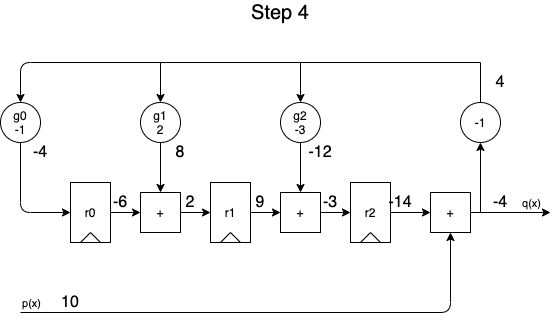
tomverbeure/tomverbeure.github.io keeps this draw.io diagram as assets/reed_solomon/reed_solomon-divider_diagram_step4.png. Above is the earlier version. Source tidied: cells renumbered, new cells last; positions are measured from the earlier drawing's top-left corner, leaving out a move shared by most shapes. The source it was exported from:
```xml
<mxGraphModel>
  <root>
    <mxCell id="0" />
    <mxCell id="1" parent="0" />
    <mxCell id="2" style="group;" parent="1" vertex="1">
      <mxGeometry x="210" y="180" width="40" height="60" as="geometry" />
    </mxCell>
    <mxCell id="3" value="r1" style="rounded=0;whiteSpace=wrap;html=1;fillColor=none;" parent="2" vertex="1">
      <mxGeometry width="40" height="60" as="geometry" />
    </mxCell>
    <mxCell id="4" style="endArrow=none;html=1;" parent="2" edge="1">
      <mxGeometry relative="1" as="geometry">
        <mxPoint x="10" y="60" as="sourcePoint" />
        <mxPoint x="20" y="50" as="targetPoint" />
      </mxGeometry>
    </mxCell>
    <mxCell id="5" style="endArrow=none;html=1;exitX=0.75;exitY=1;exitDx=0;exitDy=0;" parent="2" edge="1" source="3">
      <mxGeometry relative="1" as="geometry">
        <mxPoint x="20" y="50" as="targetPoint" />
      </mxGeometry>
    </mxCell>
    <mxCell id="6" style="group;" parent="1" vertex="1">
      <mxGeometry x="350" y="180" width="40" height="60" as="geometry" />
    </mxCell>
    <mxCell id="7" value="r2" style="rounded=0;whiteSpace=wrap;html=1;fillColor=none;" parent="6" vertex="1">
      <mxGeometry width="40" height="60" as="geometry" />
    </mxCell>
    <mxCell id="8" style="endArrow=none;html=1;" parent="6" edge="1">
      <mxGeometry relative="1" as="geometry">
        <mxPoint x="10" y="60" as="sourcePoint" />
        <mxPoint x="20" y="50" as="targetPoint" />
      </mxGeometry>
    </mxCell>
    <mxCell id="9" style="endArrow=none;html=1;exitX=0.75;exitY=1;exitDx=0;exitDy=0;" parent="6" edge="1" source="7">
      <mxGeometry relative="1" as="geometry">
        <mxPoint x="20" y="50" as="targetPoint" />
      </mxGeometry>
    </mxCell>
    <mxCell id="10" style="edgeStyle=orthogonalEdgeStyle;rounded=0;jettySize=auto;html=1;" parent="1" edge="1" source="11" target="18">
      <mxGeometry relative="1" as="geometry" />
    </mxCell>
    <mxCell id="11" value="g2&lt;br&gt;-3" style="ellipse;whiteSpace=wrap;html=1;fillColor=none;" parent="1" vertex="1">
      <mxGeometry x="280" y="100" width="40" height="40" as="geometry" />
    </mxCell>
    <mxCell id="12" value="+" style="whiteSpace=wrap;html=1;fillColor=none;" parent="1" vertex="1">
      <mxGeometry x="430" y="190" width="40" height="40" as="geometry" />
    </mxCell>
    <mxCell id="13" style="endArrow=classic;html=1;entryX=0.5;entryY=1;entryDx=0;entryDy=0;" parent="1" edge="1" target="12">
      <mxGeometry relative="1" as="geometry">
        <mxPoint x="20" y="310" as="sourcePoint" />
        <Array as="points">
          <mxPoint x="450" y="310" />
        </Array>
      </mxGeometry>
    </mxCell>
    <mxCell id="14" value="p(x)" style="edgeLabel;html=1;align=center;verticalAlign=middle;" parent="13" vertex="1">
      <mxGeometry x="-0.73" y="-1" relative="1" as="geometry">
        <mxPoint x="-58" y="-11" as="offset" />
      </mxGeometry>
    </mxCell>
    <mxCell id="15" style="edgeStyle=orthogonalEdgeStyle;rounded=0;jettySize=auto;html=1;" parent="1" edge="1" source="7" target="12">
      <mxGeometry relative="1" as="geometry" />
    </mxCell>
    <mxCell id="16" style="endArrow=classic;html=1;exitX=1;exitY=0.5;exitDx=0;exitDy=0;" parent="1" edge="1" source="12">
      <mxGeometry relative="1" as="geometry">
        <mxPoint x="550" y="210" as="targetPoint" />
      </mxGeometry>
    </mxCell>
    <mxCell id="17" value="q(x)" style="edgeLabel;html=1;align=center;verticalAlign=middle;" parent="16" vertex="1">
      <mxGeometry x="-0.06" relative="1" as="geometry">
        <mxPoint x="22.3" y="-10" as="offset" />
      </mxGeometry>
    </mxCell>
    <mxCell id="18" value="+" style="whiteSpace=wrap;html=1;fillColor=none;" parent="1" vertex="1">
      <mxGeometry x="280" y="190" width="40" height="40" as="geometry" />
    </mxCell>
    <mxCell id="19" style="edgeStyle=orthogonalEdgeStyle;rounded=0;jettySize=auto;html=1;" parent="1" edge="1" source="3" target="18">
      <mxGeometry relative="1" as="geometry" />
    </mxCell>
    <mxCell id="20" style="endArrow=classic;html=1;entryX=0;entryY=0.5;entryDx=0;entryDy=0;exitX=1;exitY=0.5;exitDx=0;exitDy=0;" parent="1" edge="1" source="18" target="7">
      <mxGeometry relative="1" as="geometry" />
    </mxCell>
    <mxCell id="21" style="endArrow=classic;html=1;entryX=0.5;entryY=0;entryDx=0;entryDy=0;rounded=0;" parent="1" edge="1" source="41" target="11">
      <mxGeometry relative="1" as="geometry">
        <Array as="points">
          <mxPoint x="480" y="60" />
          <mxPoint x="300" y="60" />
        </Array>
      </mxGeometry>
    </mxCell>
    <mxCell id="22" style="group;" parent="1" vertex="1">
      <mxGeometry x="70" y="180" width="40" height="60" as="geometry" />
    </mxCell>
    <mxCell id="23" value="r0" style="rounded=0;whiteSpace=wrap;html=1;fillColor=none;" parent="22" vertex="1">
      <mxGeometry width="40" height="60" as="geometry" />
    </mxCell>
    <mxCell id="24" style="endArrow=none;html=1;" parent="22" edge="1">
      <mxGeometry relative="1" as="geometry">
        <mxPoint x="10" y="60" as="sourcePoint" />
        <mxPoint x="20" y="50" as="targetPoint" />
      </mxGeometry>
    </mxCell>
    <mxCell id="25" style="endArrow=none;html=1;exitX=0.75;exitY=1;exitDx=0;exitDy=0;" parent="22" edge="1" source="23">
      <mxGeometry relative="1" as="geometry">
        <mxPoint x="20" y="50" as="targetPoint" />
      </mxGeometry>
    </mxCell>
    <mxCell id="26" style="edgeStyle=orthogonalEdgeStyle;rounded=0;jettySize=auto;html=1;" parent="1" edge="1" source="27" target="28">
      <mxGeometry relative="1" as="geometry" />
    </mxCell>
    <mxCell id="27" value="g1&lt;br&gt;2" style="ellipse;whiteSpace=wrap;html=1;fillColor=none;" parent="1" vertex="1">
      <mxGeometry x="140" y="100" width="40" height="40" as="geometry" />
    </mxCell>
    <mxCell id="28" value="+" style="whiteSpace=wrap;html=1;fillColor=none;" parent="1" vertex="1">
      <mxGeometry x="140" y="190" width="40" height="40" as="geometry" />
    </mxCell>
    <mxCell id="29" style="edgeStyle=orthogonalEdgeStyle;rounded=0;jettySize=auto;html=1;" parent="1" edge="1" source="23" target="28">
      <mxGeometry relative="1" as="geometry" />
    </mxCell>
    <mxCell id="30" style="endArrow=classic;html=1;entryX=0;entryY=0.5;entryDx=0;entryDy=0;exitX=1;exitY=0.5;exitDx=0;exitDy=0;" parent="1" edge="1" source="28">
      <mxGeometry relative="1" as="geometry">
        <mxPoint x="210" y="210" as="targetPoint" />
      </mxGeometry>
    </mxCell>
    <mxCell id="31" value="g0&lt;br&gt;-1" style="ellipse;whiteSpace=wrap;html=1;fillColor=none;" parent="1" vertex="1">
      <mxGeometry y="100" width="40" height="40" as="geometry" />
    </mxCell>
    <mxCell id="32" style="endArrow=classic;html=1;entryX=0;entryY=0.5;entryDx=0;entryDy=0;exitX=0.5;exitY=1;exitDx=0;exitDy=0;" parent="1" edge="1" source="31" target="23">
      <mxGeometry relative="1" as="geometry">
        <Array as="points">
          <mxPoint x="20" y="210" />
        </Array>
      </mxGeometry>
    </mxCell>
    <mxCell id="33" style="endArrow=classic;html=1;entryX=0.5;entryY=0;entryDx=0;entryDy=0;rounded=0;" parent="1" edge="1" target="27">
      <mxGeometry relative="1" as="geometry">
        <mxPoint x="300" y="60" as="sourcePoint" />
        <Array as="points">
          <mxPoint x="160" y="60" />
        </Array>
      </mxGeometry>
    </mxCell>
    <mxCell id="34" style="endArrow=classic;html=1;entryX=0.5;entryY=0;entryDx=0;entryDy=0;" parent="1" edge="1">
      <mxGeometry relative="1" as="geometry">
        <mxPoint x="160" y="60" as="sourcePoint" />
        <mxPoint x="20" y="100" as="targetPoint" />
        <Array as="points">
          <mxPoint x="20" y="60" />
        </Array>
      </mxGeometry>
    </mxCell>
    <mxCell id="35" value="&lt;font style=&quot;font-size: 16px&quot;&gt;10&lt;/font&gt;" style="text;html=1;strokeColor=none;fillColor=none;align=center;verticalAlign=middle;whiteSpace=wrap;rounded=0;" parent="1" vertex="1">
      <mxGeometry x="50" y="290" width="40" height="20" as="geometry" />
    </mxCell>
    <mxCell id="36" value="&lt;font style=&quot;font-size: 16px&quot;&gt;-6&lt;/font&gt;" style="text;html=1;strokeColor=none;fillColor=none;align=center;verticalAlign=middle;whiteSpace=wrap;rounded=0;" parent="1" vertex="1">
      <mxGeometry x="100" y="190" width="40" height="20" as="geometry" />
    </mxCell>
    <mxCell id="37" value="&lt;font style=&quot;font-size: 16px&quot;&gt;9&lt;/font&gt;" style="text;html=1;strokeColor=none;fillColor=none;align=center;verticalAlign=middle;whiteSpace=wrap;rounded=0;" parent="1" vertex="1">
      <mxGeometry x="240" y="190" width="40" height="20" as="geometry" />
    </mxCell>
    <mxCell id="38" value="&lt;font style=&quot;font-size: 16px&quot;&gt;-14&lt;/font&gt;" style="text;html=1;strokeColor=none;fillColor=none;align=center;verticalAlign=middle;whiteSpace=wrap;rounded=0;" parent="1" vertex="1">
      <mxGeometry x="380" y="190" width="40" height="20" as="geometry" />
    </mxCell>
    <mxCell id="39" value="&lt;font style=&quot;font-size: 16px&quot;&gt;-4&lt;/font&gt;" style="text;html=1;strokeColor=none;fillColor=none;align=center;verticalAlign=middle;whiteSpace=wrap;rounded=0;" parent="1" vertex="1">
      <mxGeometry x="480" y="190" width="40" height="20" as="geometry" />
    </mxCell>
    <mxCell id="40" value="&lt;font style=&quot;font-size: 16px&quot;&gt;-12&lt;/font&gt;" style="text;html=1;strokeColor=none;fillColor=none;align=center;verticalAlign=middle;whiteSpace=wrap;rounded=0;" parent="1" vertex="1">
      <mxGeometry x="300" y="140" width="40" height="20" as="geometry" />
    </mxCell>
    <mxCell id="41" value="-1" style="ellipse;whiteSpace=wrap;html=1;fillColor=none;" parent="1" vertex="1">
      <mxGeometry x="460" y="100" width="40" height="40" as="geometry" />
    </mxCell>
    <mxCell id="42" style="endArrow=classic;html=1;" parent="1" edge="1">
      <mxGeometry relative="1" as="geometry">
        <mxPoint x="480" y="210" as="sourcePoint" />
        <mxPoint x="480" y="140" as="targetPoint" />
      </mxGeometry>
    </mxCell>
    <mxCell id="43" value="&lt;font style=&quot;font-size: 16px&quot;&gt;4&lt;/font&gt;" style="text;html=1;strokeColor=none;fillColor=none;align=center;verticalAlign=middle;whiteSpace=wrap;rounded=0;" parent="1" vertex="1">
      <mxGeometry x="480" y="70" width="40" height="20" as="geometry" />
    </mxCell>
    <mxCell id="44" value="&lt;font style=&quot;font-size: 16px&quot;&gt;8&lt;/font&gt;" style="text;html=1;strokeColor=none;fillColor=none;align=center;verticalAlign=middle;whiteSpace=wrap;rounded=0;" parent="1" vertex="1">
      <mxGeometry x="160" y="140" width="40" height="20" as="geometry" />
    </mxCell>
    <mxCell id="45" value="&lt;font style=&quot;font-size: 16px&quot;&gt;-4&lt;/font&gt;" style="text;html=1;strokeColor=none;fillColor=none;align=center;verticalAlign=middle;whiteSpace=wrap;rounded=0;" parent="1" vertex="1">
      <mxGeometry x="20" y="140" width="40" height="20" as="geometry" />
    </mxCell>
    <mxCell id="46" value="&lt;font style=&quot;font-size: 16px&quot;&gt;-3&lt;/font&gt;" style="text;html=1;strokeColor=none;fillColor=none;align=center;verticalAlign=middle;whiteSpace=wrap;rounded=0;" parent="1" vertex="1">
      <mxGeometry x="310" y="190" width="40" height="20" as="geometry" />
    </mxCell>
    <mxCell id="47" value="&lt;font style=&quot;font-size: 16px&quot;&gt;2&lt;/font&gt;" style="text;html=1;strokeColor=none;fillColor=none;align=center;verticalAlign=middle;whiteSpace=wrap;rounded=0;" parent="1" vertex="1">
      <mxGeometry x="170" y="190" width="40" height="20" as="geometry" />
    </mxCell>
    <mxCell id="48" value="Step 4" style="text;html=1;strokeColor=none;fillColor=none;align=center;verticalAlign=middle;whiteSpace=wrap;rounded=0;fontSize=20;" parent="1" vertex="1">
      <mxGeometry x="230" width="100" height="20" as="geometry" />
    </mxCell>
  </root>
</mxGraphModel>
```
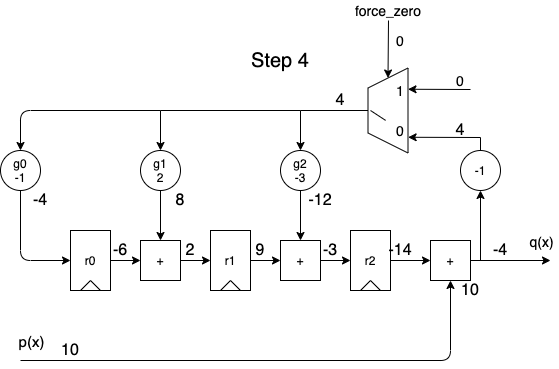
After the commit.

Diff of the diagram source:
```diff
@@ -53,11 +53,6 @@
         </Array>
       </mxGeometry>
     </mxCell>
-    <mxCell id="14" value="p(x)" style="edgeLabel;html=1;align=center;verticalAlign=middle;" parent="13" vertex="1">
-      <mxGeometry x="-0.73" y="-1" relative="1" as="geometry">
-        <mxPoint x="-58" y="-11" as="offset" />
-      </mxGeometry>
-    </mxCell>
     <mxCell id="15" style="edgeStyle=orthogonalEdgeStyle;rounded=0;jettySize=auto;html=1;" parent="1" edge="1" source="7" target="12">
       <mxGeometry relative="1" as="geometry" />
     </mxCell>
@@ -66,11 +61,6 @@
         <mxPoint x="550" y="210" as="targetPoint" />
       </mxGeometry>
     </mxCell>
-    <mxCell id="17" value="q(x)" style="edgeLabel;html=1;align=center;verticalAlign=middle;" parent="16" vertex="1">
-      <mxGeometry x="-0.06" relative="1" as="geometry">
-        <mxPoint x="22.3" y="-10" as="offset" />
-      </mxGeometry>
-    </mxCell>
     <mxCell id="18" value="+" style="whiteSpace=wrap;html=1;fillColor=none;" parent="1" vertex="1">
       <mxGeometry x="280" y="190" width="40" height="40" as="geometry" />
     </mxCell>
@@ -80,14 +70,6 @@
     <mxCell id="20" style="endArrow=classic;html=1;entryX=0;entryY=0.5;entryDx=0;entryDy=0;exitX=1;exitY=0.5;exitDx=0;exitDy=0;" parent="1" edge="1" source="18" target="7">
       <mxGeometry relative="1" as="geometry" />
     </mxCell>
-    <mxCell id="21" style="endArrow=classic;html=1;entryX=0.5;entryY=0;entryDx=0;entryDy=0;rounded=0;" parent="1" edge="1" source="41" target="11">
-      <mxGeometry relative="1" as="geometry">
-        <Array as="points">
-          <mxPoint x="480" y="60" />
-          <mxPoint x="300" y="60" />
-        </Array>
-      </mxGeometry>
-    </mxCell>
     <mxCell id="22" style="group;" parent="1" vertex="1">
       <mxGeometry x="70" y="180" width="40" height="60" as="geometry" />
     </mxCell>
@@ -177,7 +159,7 @@
       </mxGeometry>
     </mxCell>
     <mxCell id="43" value="&lt;font style=&quot;font-size: 16px&quot;&gt;4&lt;/font&gt;" style="text;html=1;strokeColor=none;fillColor=none;align=center;verticalAlign=middle;whiteSpace=wrap;rounded=0;" parent="1" vertex="1">
-      <mxGeometry x="480" y="70" width="40" height="20" as="geometry" />
+      <mxGeometry x="440" y="70" width="40" height="20" as="geometry" />
     </mxCell>
     <mxCell id="44" value="&lt;font style=&quot;font-size: 16px&quot;&gt;8&lt;/font&gt;" style="text;html=1;strokeColor=none;fillColor=none;align=center;verticalAlign=middle;whiteSpace=wrap;rounded=0;" parent="1" vertex="1">
       <mxGeometry x="160" y="140" width="40" height="20" as="geometry" />
@@ -194,5 +176,67 @@
     <mxCell id="48" value="Step 4" style="text;html=1;strokeColor=none;fillColor=none;align=center;verticalAlign=middle;whiteSpace=wrap;rounded=0;fontSize=20;" parent="1" vertex="1">
       <mxGeometry x="230" width="100" height="20" as="geometry" />
     </mxCell>
+    <mxCell id="49" style="shape=trapezoid;perimeter=trapezoidPerimeter;whiteSpace=wrap;html=1;fixedSize=1;fillColor=none;fontSize=20;fontColor=#0000CC;rotation=-90;" parent="1" vertex="1">
+      <mxGeometry x="345" y="40" width="85" height="40" as="geometry" />
+    </mxCell>
+    <mxCell id="50" style="endArrow=classic;html=1;fontSize=20;fontColor=#0000CC;entryX=0.5;entryY=0;entryDx=0;entryDy=0;exitX=0.5;exitY=0;exitDx=0;exitDy=0;rounded=0;" parent="1" edge="1" source="49">
+      <mxGeometry relative="1" as="geometry">
+        <mxPoint x="300" y="100" as="targetPoint" />
+        <Array as="points">
+          <mxPoint x="300" y="60" />
+        </Array>
+      </mxGeometry>
+    </mxCell>
+    <mxCell id="51" style="endArrow=classic;html=1;fontSize=20;fontColor=#0000CC;entryX=0.185;entryY=1.003;entryDx=0;entryDy=0;entryPerimeter=0;exitX=0.5;exitY=0;exitDx=0;exitDy=0;rounded=0;" parent="1" edge="1" target="49">
+      <mxGeometry relative="1" as="geometry">
+        <mxPoint x="480" y="100" as="sourcePoint" />
+        <Array as="points">
+          <mxPoint x="480" y="87" />
+        </Array>
+      </mxGeometry>
+    </mxCell>
+    <mxCell id="52" style="endArrow=classic;html=1;fontSize=20;fontColor=#0000CC;entryX=0.75;entryY=1;entryDx=0;entryDy=0;" parent="1" edge="1" target="49">
+      <mxGeometry relative="1" as="geometry">
+        <mxPoint x="470" y="39" as="sourcePoint" />
+      </mxGeometry>
+    </mxCell>
+    <mxCell id="53" style="endArrow=classic;html=1;fontSize=20;fontColor=#000000;entryX=1;entryY=0.5;entryDx=0;entryDy=0;" parent="1" edge="1" target="49">
+      <mxGeometry relative="1" as="geometry">
+        <mxPoint x="388" y="-30" as="sourcePoint" />
+      </mxGeometry>
+    </mxCell>
+    <mxCell id="54" value="0" style="text;html=1;strokeColor=none;fillColor=none;align=center;verticalAlign=middle;whiteSpace=wrap;rounded=0;fontSize=14;fontColor=#000000;" parent="1" vertex="1">
+      <mxGeometry x="440" y="20" width="40" height="20" as="geometry" />
+    </mxCell>
+    <mxCell id="55" value="force_zero" style="text;html=1;strokeColor=none;fillColor=none;align=center;verticalAlign=middle;whiteSpace=wrap;rounded=0;fontSize=14;fontColor=#000000;" parent="1" vertex="1">
+      <mxGeometry x="367.5" y="-50" width="40" height="20" as="geometry" />
+    </mxCell>
+    <mxCell id="56" value="1" style="text;html=1;strokeColor=none;fillColor=none;align=center;verticalAlign=middle;whiteSpace=wrap;rounded=0;fontSize=14;fontColor=#000000;" parent="1" vertex="1">
+      <mxGeometry x="380" y="30" width="40" height="20" as="geometry" />
+    </mxCell>
+    <mxCell id="57" value="0" style="text;html=1;strokeColor=none;fillColor=none;align=center;verticalAlign=middle;whiteSpace=wrap;rounded=0;fontSize=14;fontColor=#000000;" parent="1" vertex="1">
+      <mxGeometry x="380" y="70" width="40" height="20" as="geometry" />
+    </mxCell>
+    <mxCell id="58" style="endArrow=none;html=1;fontSize=14;fontColor=#000000;entryX=0.5;entryY=0.063;entryDx=0;entryDy=0;entryPerimeter=0;endFill=0;exitX=0.127;exitY=-0.006;exitDx=0;exitDy=0;exitPerimeter=0;" parent="1" edge="1">
+      <mxGeometry relative="1" as="geometry">
+        <mxPoint x="385.1" y="69.9" as="sourcePoint" />
+        <mxPoint x="370" y="60" as="targetPoint" />
+      </mxGeometry>
+    </mxCell>
+    <mxCell id="59" value="0" style="text;html=1;strokeColor=none;fillColor=none;align=center;verticalAlign=middle;whiteSpace=wrap;rounded=0;fontSize=14;fontColor=#000000;" parent="1" vertex="1">
+      <mxGeometry x="380" y="-20" width="40" height="20" as="geometry" />
+    </mxCell>
+    <mxCell id="60" value="&lt;font style=&quot;font-size: 16px&quot;&gt;4&lt;/font&gt;" style="text;html=1;strokeColor=none;fillColor=none;align=center;verticalAlign=middle;whiteSpace=wrap;rounded=0;fontStyle=0;" parent="1" vertex="1">
+      <mxGeometry x="320" y="40" width="40" height="20" as="geometry" />
+    </mxCell>
+    <mxCell id="61" value="&lt;font style=&quot;font-size: 16px&quot;&gt;10&lt;/font&gt;" style="text;html=1;strokeColor=none;fillColor=none;align=center;verticalAlign=middle;whiteSpace=wrap;rounded=0;" parent="1" vertex="1">
+      <mxGeometry x="450" y="230" width="40" height="20" as="geometry" />
+    </mxCell>
+    <mxCell id="14" value="p(x)" style="edgeLabel;html=1;align=center;verticalAlign=middle;fontSize=15;" parent="1" vertex="1">
+      <mxGeometry x="30" y="290" as="geometry" />
+    </mxCell>
+    <mxCell id="17" value="q(x)" style="edgeLabel;html=1;align=center;verticalAlign=middle;fontSize=14;" parent="1" vertex="1">
+      <mxGeometry x="540" y="190" as="geometry" />
+    </mxCell>
   </root>
 </mxGraphModel>
```
